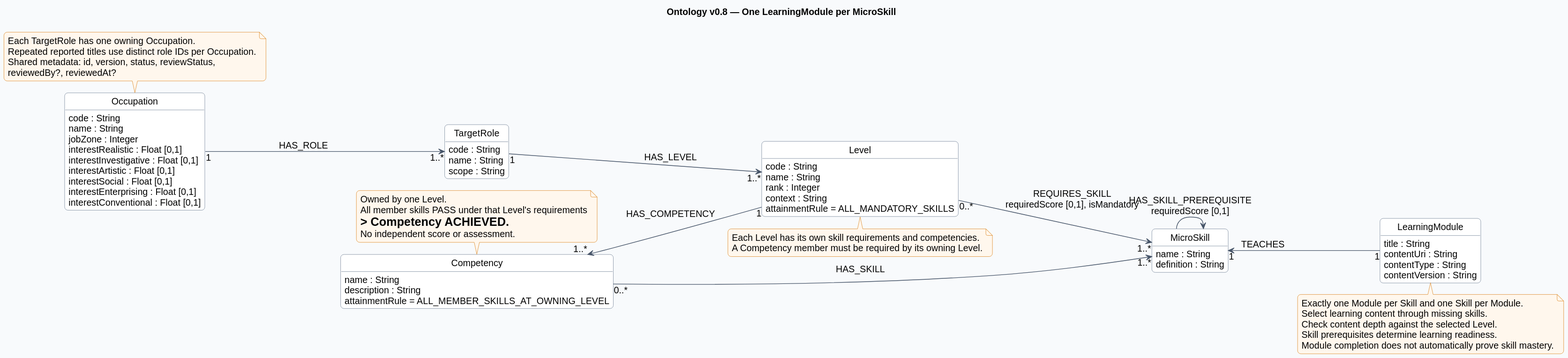
Earlier version of the PlantUML export documents/diagrams/neo4j.svg (SEP490-Fall-2026-GFA26SE64/SEP490).
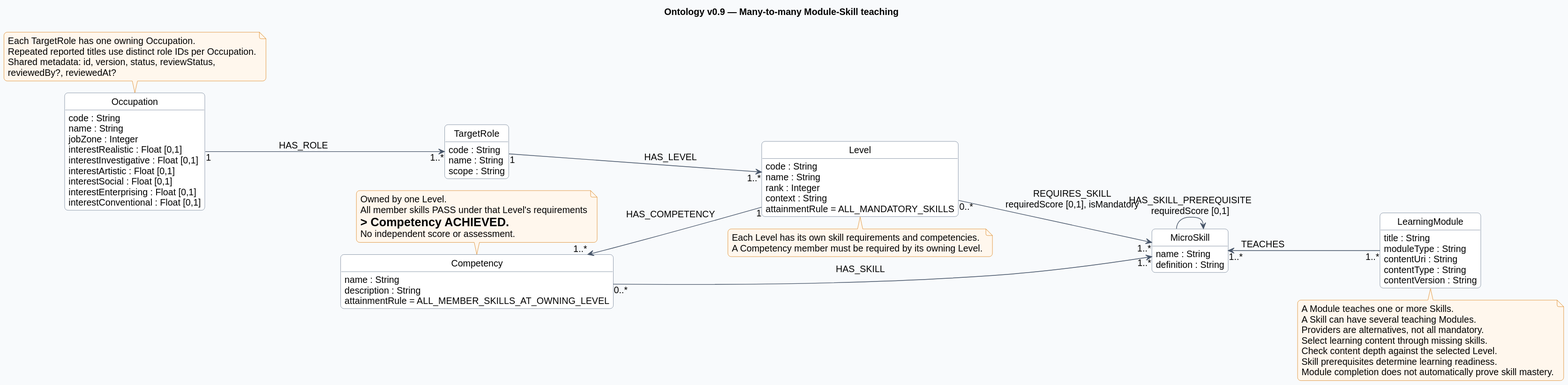
After the change.

Diff of the diagram source:
```diff
@@ -14,7 +14,7 @@
 skinparam noteBorderColor #D97706
 skinparam defaultFontName Arial
 skinparam defaultFontSize 14
-title Ontology v0.8 — One LearningModule per MicroSkill
+title Ontology v0.9 — Many-to-many Module-Skill teaching
 class Occupation {
  code : String
  name : String
@@ -49,6 +49,7 @@
 }
 class LearningModule {
  title : String
+ moduleType : String
  contentUri : String
  contentType : String
  contentVersion : String
@@ -58,8 +59,8 @@
 Level "1" -up-> "1..*" Competency : HAS_COMPETENCY
 Competency "0..*" --> "1..*" MicroSkill : HAS_SKILL
 Level "0..*" --> "1..*" MicroSkill : REQUIRES_SKILL\nrequiredScore [0,1], isMandatory
-LearningModule "1" -up-> "1" MicroSkill : TEACHES
-MicroSkill --> MicroSkill : HAS_SKILL_PREREQUISITE\nrequiredScore [0,1]
+LearningModule "1..*" -up-> "1..*" MicroSkill : TEACHES
+MicroSkill -down-> MicroSkill : HAS_SKILL_PREREQUISITE\nrequiredScore [0,1]
 note top of Competency
 Owned by one Level.
 All member skills PASS under that Level's requirements
@@ -71,7 +72,9 @@
 A Competency member must be required by its owning Level.
 end note
 note bottom of LearningModule
-Exactly one Module per Skill and one Skill per Module.
+A Module teaches one or more Skills.
+A Skill can have several teaching Modules.
+Providers are alternatives, not all mandatory.
 Select learning content through missing skills.
 Check content depth against the selected Level.
 Skill prerequisites determine learning readiness.
```
